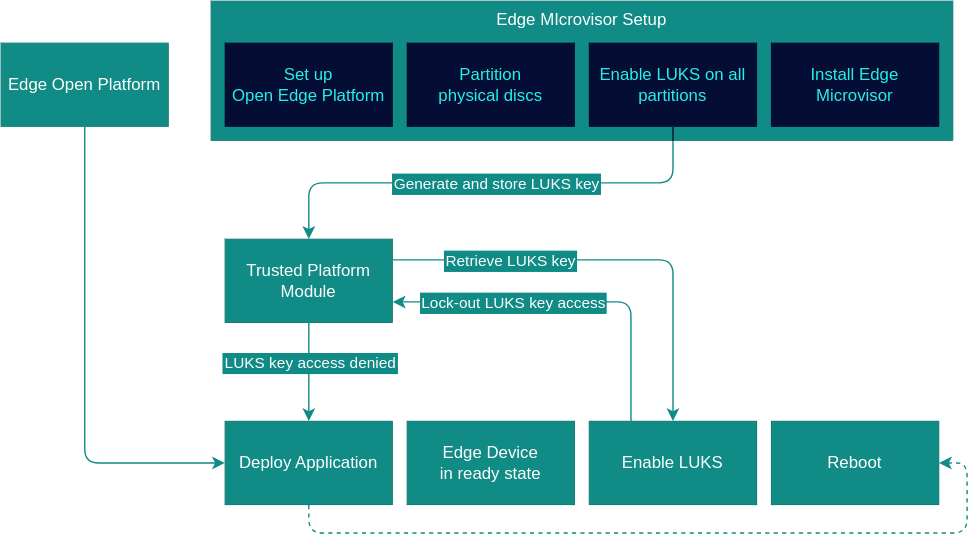
open-edge-platform/edge-microvisor-toolkit keeps this draw.io diagram as docs/developer-guide/assets/emt-luks-setup.drawio.svg. Above is the earlier version. Source tidied: cells renumbered, new cells last; positions are measured from the earlier drawing's top-left corner, leaving out a move shared by most shapes. Its diagram source:
```xml
<mxGraphModel>
  <root>
    <mxCell id="0" />
    <mxCell id="1" parent="0" />
    <mxCell id="2" value="&lt;div&gt;Edge MIcrovisor Setup&lt;/div&gt;" style="rounded=0;whiteSpace=wrap;html=1;strokeColor=default;align=center;verticalAlign=top;fontFamily=Helvetica;fontSize=12;fontColor=#FFFFFF;fillColor=#108B85;labelBackgroundColor=none;strokeWidth=0;" parent="1" vertex="1">
      <mxGeometry x="150" width="530" height="100" as="geometry" />
    </mxCell>
    <mxCell id="3" value="Edge Open Platform" style="rounded=0;whiteSpace=wrap;html=1;strokeColor=default;fontColor=#FFFFFF;labelBackgroundColor=none;fillColor=#108B85;strokeWidth=0;align=center;verticalAlign=middle;fontFamily=Helvetica;fontSize=12;" parent="1" vertex="1">
      <mxGeometry y="30" width="120" height="60" as="geometry" />
    </mxCell>
    <mxCell id="4" value="&lt;div&gt;&lt;span style=&quot;background-color: transparent; color: light-dark(rgb(38, 240, 229), rgb(0, 106, 97));&quot;&gt;Set up&lt;br&gt;&lt;/span&gt;Open Edge Platform&lt;/div&gt;" style="rounded=0;whiteSpace=wrap;html=1;fontColor=#26F0E5;align=center;verticalAlign=middle;fontFamily=Helvetica;fontSize=12;labelBackgroundColor=none;fillColor=#040E35;strokeWidth=0;" parent="1" vertex="1">
      <mxGeometry x="160" y="30" width="120" height="60" as="geometry" />
    </mxCell>
    <mxCell id="5" value="&lt;div&gt;Trusted Platform Module&lt;/div&gt;" style="rounded=0;whiteSpace=wrap;html=1;strokeColor=default;strokeWidth=0;align=center;verticalAlign=middle;fontFamily=Helvetica;fontSize=12;fontColor=#FFFFFF;labelBackgroundColor=none;fillColor=#108B85;" parent="1" vertex="1">
      <mxGeometry x="160" y="170" width="120" height="60" as="geometry" />
    </mxCell>
    <mxCell id="6" style="edgeStyle=orthogonalEdgeStyle;rounded=0;jettySize=auto;html=1;exitX=0.5;exitY=1;exitDx=0;exitDy=0;fontFamily=Helvetica;fontSize=11;fontColor=#FFFFFF;strokeColor=#108B85;align=center;verticalAlign=middle;labelBackgroundColor=#108B85;endArrow=classic;entryX=0.5;entryY=0;entryDx=0;entryDy=0;" parent="1" edge="1" source="5" target="14">
      <mxGeometry relative="1" as="geometry" />
    </mxCell>
    <mxCell id="7" value="LUKS key access denied" style="edgeLabel;html=1;align=center;verticalAlign=middle;rounded=0;strokeColor=default;fontFamily=Helvetica;fontSize=11;fontColor=light-dark(#ffffff, #3aa39e);fillColor=default;spacingTop=0;spacing=2;labelBackgroundColor=light-dark(#108b85, #171414);labelBorderColor=light-dark(#108b85, #ededed);gradientColor=none;" parent="6" vertex="1">
      <mxGeometry x="-0.2" relative="1" as="geometry" />
    </mxCell>
    <mxCell id="8" style="edgeStyle=orthogonalEdgeStyle;rounded=1;jettySize=auto;html=1;exitX=0.5;exitY=1;exitDx=0;exitDy=0;fontFamily=Helvetica;fontSize=11;fontColor=#FFFFFF;curved=0;strokeColor=#108B85;align=center;verticalAlign=middle;labelBackgroundColor=#108B85;endArrow=classic;entryX=1;entryY=0.5;entryDx=0;entryDy=0;dashed=1;" parent="1" edge="1" source="14" target="16">
      <mxGeometry relative="1" as="geometry" />
    </mxCell>
    <mxCell id="9" style="edgeStyle=orthogonalEdgeStyle;shape=connector;curved=0;rounded=1;jettySize=auto;html=1;exitX=0.5;exitY=1;exitDx=0;exitDy=0;entryX=0;entryY=0.5;entryDx=0;entryDy=0;strokeColor=#108B85;align=center;verticalAlign=middle;fontFamily=Helvetica;fontSize=11;fontColor=#108B85;labelBackgroundColor=#FFFBFB;endArrow=classic;strokeWidth=1;" parent="1" edge="1" source="3" target="14">
      <mxGeometry relative="1" as="geometry" />
    </mxCell>
    <mxCell id="10" value="&lt;div&gt;Edge Device&lt;/div&gt;&lt;div&gt;in ready state&lt;/div&gt;" style="rounded=0;whiteSpace=wrap;html=1;strokeColor=default;strokeWidth=0;align=center;verticalAlign=middle;fontFamily=Helvetica;fontSize=12;fontColor=#FFFFFF;labelBackgroundColor=none;fillColor=#108B85;" parent="1" vertex="1">
      <mxGeometry x="290" y="300" width="120" height="60" as="geometry" />
    </mxCell>
    <mxCell id="11" value="Partition &lt;br&gt;physical discs" style="rounded=0;whiteSpace=wrap;html=1;fontColor=#26F0E5;align=center;verticalAlign=middle;fontFamily=Helvetica;fontSize=12;labelBackgroundColor=none;fillColor=#040E35;strokeWidth=0;" parent="1" vertex="1">
      <mxGeometry x="290" y="30" width="120" height="60" as="geometry" />
    </mxCell>
    <mxCell id="12" value="&lt;div&gt;Enable LUKS on all partitions&lt;/div&gt;" style="rounded=0;whiteSpace=wrap;html=1;fontColor=#26F0E5;align=center;verticalAlign=middle;fontFamily=Helvetica;fontSize=12;labelBackgroundColor=none;fillColor=#040E35;strokeWidth=0;" parent="1" vertex="1">
      <mxGeometry x="420" y="30" width="120" height="60" as="geometry" />
    </mxCell>
    <mxCell id="13" value="&lt;div&gt;Install Edge Microvisor&lt;/div&gt;" style="rounded=0;whiteSpace=wrap;html=1;fontColor=#26F0E5;align=center;verticalAlign=middle;fontFamily=Helvetica;fontSize=12;labelBackgroundColor=none;fillColor=#040E35;strokeWidth=0;" parent="1" vertex="1">
      <mxGeometry x="550" y="30" width="120" height="60" as="geometry" />
    </mxCell>
    <mxCell id="14" value="Deploy Application" style="rounded=0;whiteSpace=wrap;html=1;strokeColor=default;strokeWidth=0;align=center;verticalAlign=middle;fontFamily=Helvetica;fontSize=12;fontColor=#FFFFFF;labelBackgroundColor=none;fillColor=#108B85;" parent="1" vertex="1">
      <mxGeometry x="160" y="300" width="120" height="60" as="geometry" />
    </mxCell>
    <mxCell id="15" value="&lt;div&gt;Enable LUKS&lt;/div&gt;" style="rounded=0;whiteSpace=wrap;html=1;strokeColor=default;strokeWidth=0;align=center;verticalAlign=middle;fontFamily=Helvetica;fontSize=12;fontColor=#FFFFFF;labelBackgroundColor=none;fillColor=#108B85;" parent="1" vertex="1">
      <mxGeometry x="420" y="300" width="120" height="60" as="geometry" />
    </mxCell>
    <mxCell id="16" value="&lt;div&gt;&lt;span style=&quot;background-color: transparent; color: light-dark(rgb(255, 255, 255), rgb(18, 18, 18));&quot;&gt;Reboot&lt;/span&gt;&lt;/div&gt;" style="rounded=0;whiteSpace=wrap;html=1;strokeColor=default;strokeWidth=0;align=center;verticalAlign=middle;fontFamily=Helvetica;fontSize=12;fontColor=#FFFFFF;labelBackgroundColor=none;fillColor=#108B85;" parent="1" vertex="1">
      <mxGeometry x="550" y="300" width="120" height="60" as="geometry" />
    </mxCell>
    <mxCell id="17" style="edgeStyle=orthogonalEdgeStyle;shape=connector;curved=0;rounded=1;jettySize=auto;html=1;exitX=0.5;exitY=1;exitDx=0;exitDy=0;entryX=0.5;entryY=0;entryDx=0;entryDy=0;strokeColor=#108B85;align=center;verticalAlign=middle;fontFamily=Helvetica;fontSize=11;fontColor=#108B85;labelBackgroundColor=#FFFBFB;endArrow=classic;" parent="1" edge="1" source="12" target="5">
      <mxGeometry relative="1" as="geometry" />
    </mxCell>
    <mxCell id="18" value="Generate and store LUKS key" style="edgeLabel;html=1;align=center;verticalAlign=middle;rounded=0;strokeColor=default;spacingTop=0;spacing=2;fontFamily=Helvetica;fontSize=11;fontColor=light-dark(#ffffff, #3aa39e);labelBorderColor=light-dark(#108b85, #ededed);labelBackgroundColor=light-dark(#108b85, #171414);fillColor=default;gradientColor=none;" parent="17" vertex="1">
      <mxGeometry x="-0.02" relative="1" as="geometry" />
    </mxCell>
    <mxCell id="19" style="edgeStyle=orthogonalEdgeStyle;shape=connector;curved=0;rounded=1;jettySize=auto;html=1;exitX=1;exitY=0.25;exitDx=0;exitDy=0;entryX=0.5;entryY=0;entryDx=0;entryDy=0;strokeColor=#108B85;align=center;verticalAlign=middle;fontFamily=Helvetica;fontSize=11;fontColor=#108B85;labelBackgroundColor=#FFFBFB;endArrow=classic;" parent="1" edge="1" source="5" target="15">
      <mxGeometry relative="1" as="geometry" />
    </mxCell>
    <mxCell id="20" value="Retrieve LUKS key" style="edgeLabel;html=1;align=center;verticalAlign=middle;rounded=0;strokeColor=default;spacingTop=0;spacing=2;fontFamily=Helvetica;fontSize=11;fontColor=light-dark(#ffffff, #3aa39e);labelBorderColor=light-dark(#108b85, #ededed);labelBackgroundColor=light-dark(#108b85, #171414);fillColor=default;gradientColor=none;" parent="19" vertex="1">
      <mxGeometry x="-0.47" relative="1" as="geometry" />
    </mxCell>
    <mxCell id="21" style="edgeStyle=orthogonalEdgeStyle;shape=connector;curved=0;rounded=1;jettySize=auto;html=1;exitX=0.25;exitY=0;exitDx=0;exitDy=0;entryX=1;entryY=0.75;entryDx=0;entryDy=0;strokeColor=#108B85;align=center;verticalAlign=middle;fontFamily=Helvetica;fontSize=11;fontColor=#108B85;labelBackgroundColor=#FFFBFB;endArrow=classic;" parent="1" edge="1" source="15" target="5">
      <mxGeometry relative="1" as="geometry" />
    </mxCell>
    <mxCell id="22" value="Lock-out LUKS key access" style="edgeLabel;html=1;align=center;verticalAlign=middle;rounded=0;strokeColor=default;spacingTop=0;spacing=2;fontFamily=Helvetica;fontSize=11;fontColor=light-dark(#ffffff, #3aa39e);labelBorderColor=light-dark(#108b85, #ededed);labelBackgroundColor=light-dark(#108b85, #171414);fillColor=default;gradientColor=none;" parent="21" vertex="1">
      <mxGeometry x="0.33" relative="1" as="geometry" />
    </mxCell>
    <mxCell id="23" style="rounded=1;jettySize=auto;html=1;exitX=0.5;exitY=1;exitDx=0;exitDy=0;strokeColor=light-dark(#040e35, #3aa39e);align=center;verticalAlign=middle;fontFamily=Helvetica;fontSize=11;fontColor=#108B85;labelBackgroundColor=#FFFBFB;endArrow=none;startFill=0;" parent="1" edge="1" source="12">
      <mxGeometry relative="1" as="geometry">
        <mxPoint x="480" y="100" as="targetPoint" />
      </mxGeometry>
    </mxCell>
  </root>
</mxGraphModel>
```
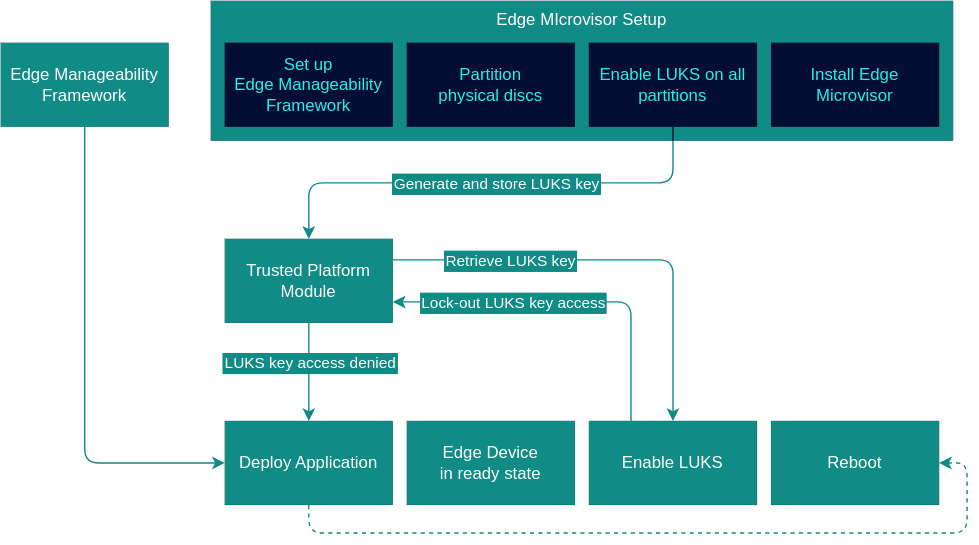
After the change.

Commit message:
[DOCS] Restructuring Architecture Overview article

The edit, as a diff of the source:
```diff
@@ -5,10 +5,10 @@
     <mxCell id="2" value="&lt;div&gt;Edge MIcrovisor Setup&lt;/div&gt;" style="rounded=0;whiteSpace=wrap;html=1;strokeColor=default;align=center;verticalAlign=top;fontFamily=Helvetica;fontSize=12;fontColor=#FFFFFF;fillColor=#108B85;labelBackgroundColor=none;strokeWidth=0;" parent="1" vertex="1">
       <mxGeometry x="150" width="530" height="100" as="geometry" />
     </mxCell>
-    <mxCell id="3" value="Edge Open Platform" style="rounded=0;whiteSpace=wrap;html=1;strokeColor=default;fontColor=#FFFFFF;labelBackgroundColor=none;fillColor=#108B85;strokeWidth=0;align=center;verticalAlign=middle;fontFamily=Helvetica;fontSize=12;" parent="1" vertex="1">
+    <mxCell id="3" value="Edge Manageability Framework" style="rounded=0;whiteSpace=wrap;html=1;strokeColor=default;fontColor=#FFFFFF;labelBackgroundColor=none;fillColor=#108B85;strokeWidth=0;align=center;verticalAlign=middle;fontFamily=Helvetica;fontSize=12;" parent="1" vertex="1">
       <mxGeometry y="30" width="120" height="60" as="geometry" />
     </mxCell>
-    <mxCell id="4" value="&lt;div&gt;&lt;span style=&quot;background-color: transparent; color: light-dark(rgb(38, 240, 229), rgb(0, 106, 97));&quot;&gt;Set up&lt;br&gt;&lt;/span&gt;Open Edge Platform&lt;/div&gt;" style="rounded=0;whiteSpace=wrap;html=1;fontColor=#26F0E5;align=center;verticalAlign=middle;fontFamily=Helvetica;fontSize=12;labelBackgroundColor=none;fillColor=#040E35;strokeWidth=0;" parent="1" vertex="1">
+    <mxCell id="4" value="&lt;span style=&quot;background-color: transparent; color: light-dark(rgb(38, 240, 229), rgb(0, 106, 97));&quot;&gt;Set up&lt;br&gt;&lt;/span&gt;Edge Manageability Framework" style="rounded=0;whiteSpace=wrap;html=1;fontColor=#26F0E5;align=center;verticalAlign=middle;fontFamily=Helvetica;fontSize=12;labelBackgroundColor=none;fillColor=#040E35;strokeWidth=0;" parent="1" vertex="1">
       <mxGeometry x="160" y="30" width="120" height="60" as="geometry" />
     </mxCell>
     <mxCell id="5" value="&lt;div&gt;Trusted Platform Module&lt;/div&gt;" style="rounded=0;whiteSpace=wrap;html=1;strokeColor=default;strokeWidth=0;align=center;verticalAlign=middle;fontFamily=Helvetica;fontSize=12;fontColor=#FFFFFF;labelBackgroundColor=none;fillColor=#108B85;" parent="1" vertex="1">
```
